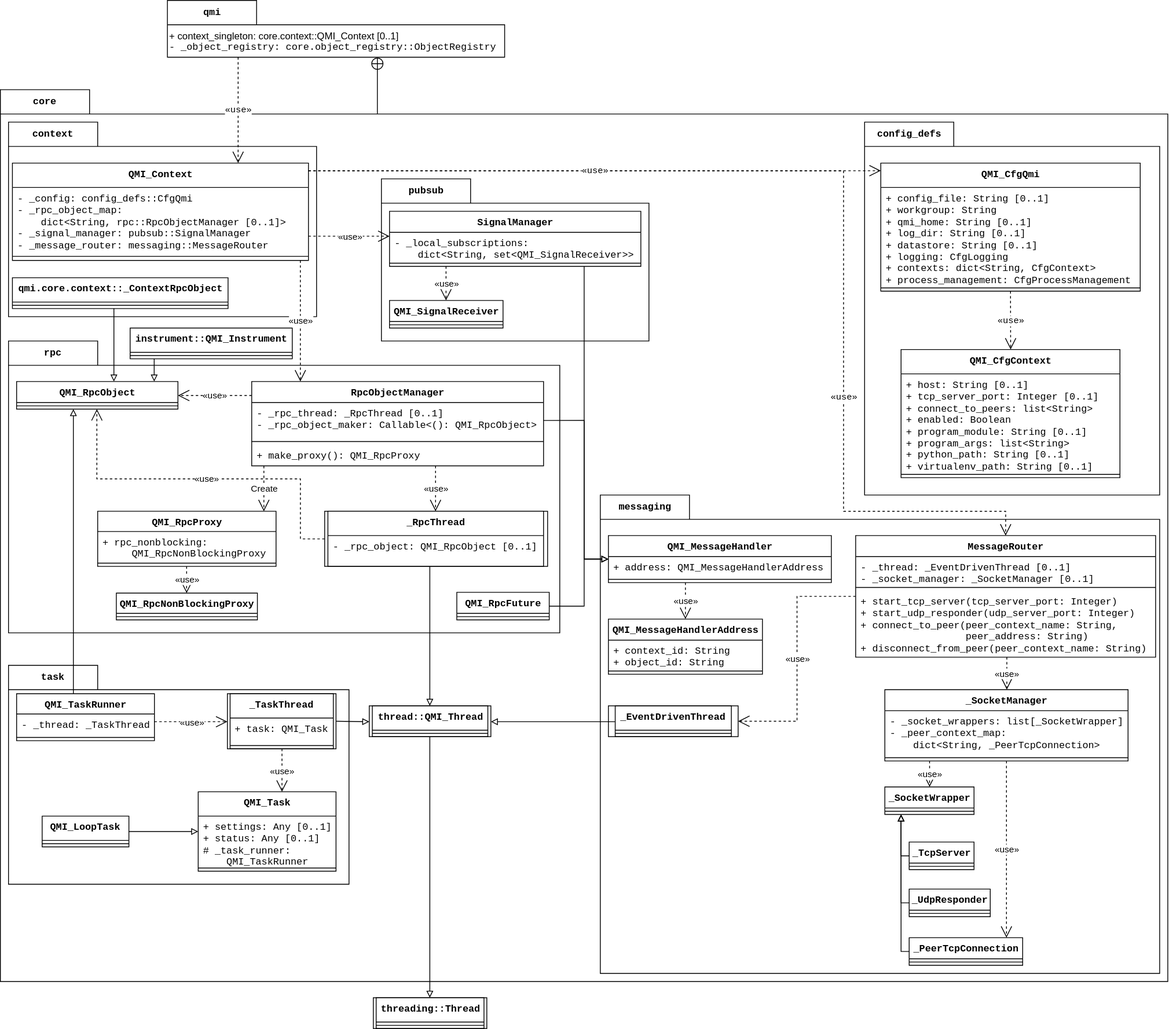
Earlier version of the draw.io export documentation/sphinx/source/images/class_diagram_main.drawio.svg (QuTech-Delft/QMI). Source tidied: cells renumbered, new cells last; positions are measured from the earlier drawing's top-left corner, leaving out a move shared by most shapes.
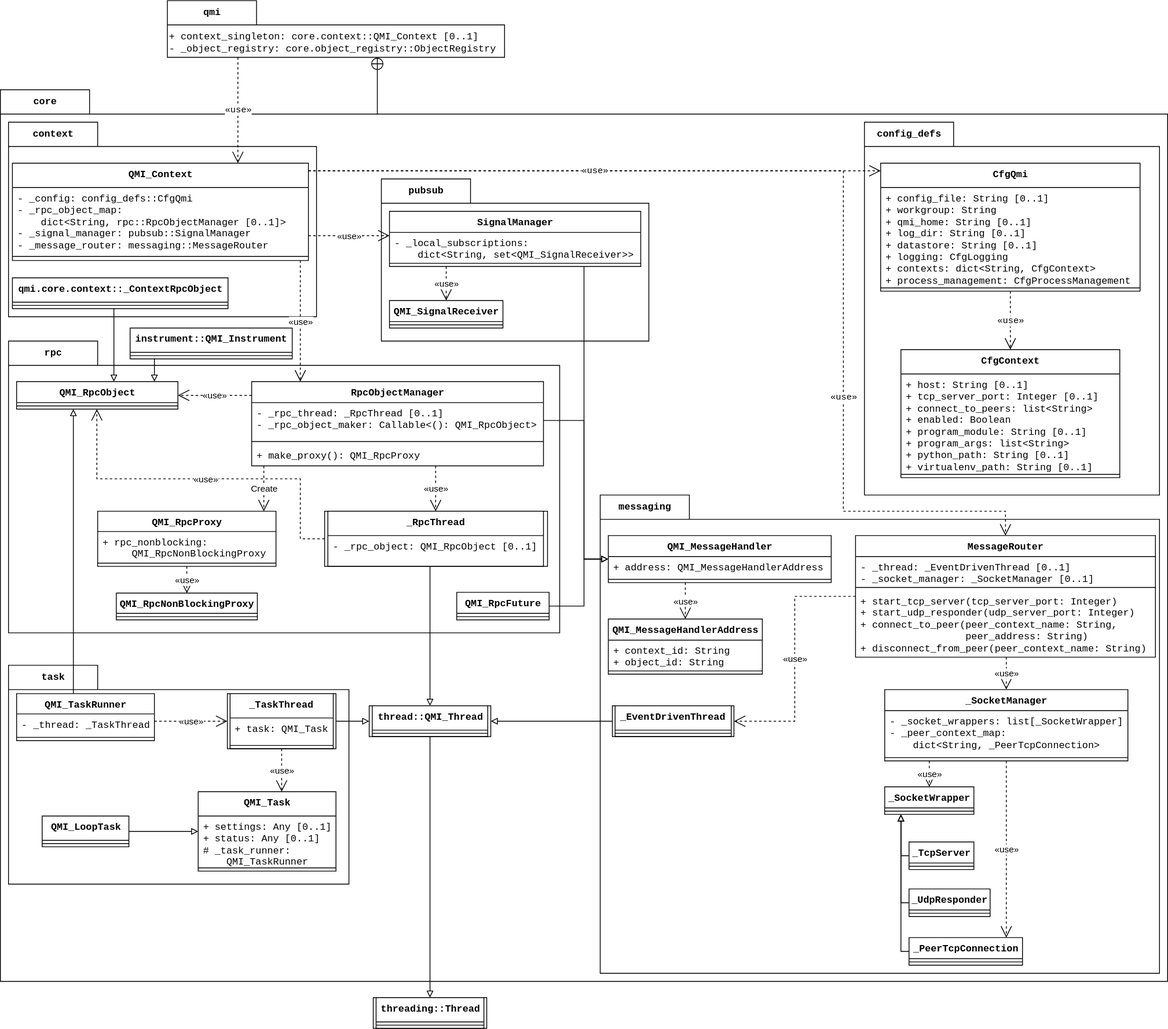
Above is the later version.

Commit message:
Implement PR feedback

Diff of the diagram source:
```diff
@@ -21,7 +21,7 @@
     <mxCell id="5" value="qmi" style="shape=folder;fontStyle=1;tabWidth=110;tabHeight=30;tabPosition=left;html=1;boundedLbl=1;labelInHeader=1;whiteSpace=wrap;fontFamily=Courier New;" parent="1" vertex="1">
       <mxGeometry x="206" width="416" height="70" as="geometry" />
     </mxCell>
-    <mxCell id="6" value="+ context_singleton: core.context::QMI_Context [0..1]&lt;div style=&quot;border-color: var(--border-color); font-family: &amp;quot;Courier New&amp;quot;;&quot;&gt;- _object_registry: core.object_registry::ObjectRegistry&lt;/div&gt;" style="html=1;strokeColor=none;fillColor=none;whiteSpace=wrap;align=left;verticalAlign=top;" parent="5" vertex="1">
+    <mxCell id="6" value="&lt;font face=&quot;Courier New&quot;&gt;+ context_singleton: core.context::QMI_Context [0..1]&lt;/font&gt;&lt;div style=&quot;border-color: var(--border-color);&quot;&gt;&lt;font face=&quot;Courier New&quot;&gt;- _object_registry: core.object_registry::ObjectRegistry&lt;/font&gt;&lt;/div&gt;" style="html=1;strokeColor=none;fillColor=none;whiteSpace=wrap;align=left;verticalAlign=top;" parent="5" vertex="1">
       <mxGeometry width="416" height="49" relative="1" as="geometry">
         <mxPoint y="30" as="offset" />
       </mxGeometry>
@@ -249,7 +249,7 @@
     <mxCell id="76" style="group;html=1;fontFamily=Courier New;" parent="20" vertex="1">
       <mxGeometry x="1086" y="200.5" width="320" height="398" as="geometry" />
     </mxCell>
-    <mxCell id="77" value="&lt;div&gt;QMI_CfgQmi&lt;/div&gt;" style="swimlane;fontStyle=1;align=center;verticalAlign=top;horizontal=1;startSize=30;whiteSpace=wrap;html=1;fontFamily=Courier New;" parent="76" vertex="1">
+    <mxCell id="77" value="&lt;div&gt;CfgQmi&lt;/div&gt;" style="swimlane;fontStyle=1;align=center;verticalAlign=top;horizontal=1;startSize=30;whiteSpace=wrap;html=1;fontFamily=Courier New;" parent="76" vertex="1">
       <mxGeometry width="320" height="158" as="geometry" />
     </mxCell>
     <mxCell id="78" value="&lt;div&gt;+ config_file: String [0..1]&lt;/div&gt;&lt;div&gt;+ workgroup: String&lt;/div&gt;&lt;div&gt;+ qmi_home:&amp;nbsp;&lt;span style=&quot;background-color: transparent; color: light-dark(rgb(0, 0, 0), rgb(255, 255, 255));&quot;&gt;String [0..1]&lt;/span&gt;&lt;/div&gt;&lt;div&gt;+ log_dir:&amp;nbsp;&lt;span style=&quot;background-color: transparent; color: light-dark(rgb(0, 0, 0), rgb(255, 255, 255));&quot;&gt;String [0..1]&lt;/span&gt;&lt;/div&gt;&lt;div&gt;+ datastore:&amp;nbsp;&lt;span style=&quot;background-color: transparent; color: light-dark(rgb(0, 0, 0), rgb(255, 255, 255));&quot;&gt;String [0..1]&lt;/span&gt;&lt;/div&gt;&lt;div&gt;+ logging: CfgLogging&lt;/div&gt;&lt;div&gt;+ contexts: dict&amp;lt;String, CfgContext&amp;gt;&lt;/div&gt;&lt;div&gt;+ process_management: CfgProcessManagement&lt;/div&gt;" style="text;strokeColor=none;fillColor=none;align=left;verticalAlign=top;spacingLeft=4;spacingRight=4;overflow=hidden;whiteSpace=wrap;html=1;fontFamily=Courier New;" parent="77" vertex="1">
@@ -258,7 +258,7 @@
     <mxCell id="79" style="line;strokeWidth=1;fillColor=none;align=left;verticalAlign=middle;spacingTop=-1;spacingLeft=3;spacingRight=3;labelPosition=right;strokeColor=inherit;html=1;fontFamily=Courier New;" parent="77" vertex="1">
       <mxGeometry y="150" width="320" height="8" as="geometry" />
     </mxCell>
-    <mxCell id="80" value="&lt;div&gt;QMI_CfgContext&lt;/div&gt;" style="swimlane;fontStyle=1;align=center;verticalAlign=top;horizontal=1;startSize=30;whiteSpace=wrap;html=1;fontFamily=Courier New;" parent="76" vertex="1">
+    <mxCell id="80" value="&lt;div&gt;CfgContext&lt;/div&gt;" style="swimlane;fontStyle=1;align=center;verticalAlign=top;horizontal=1;startSize=30;whiteSpace=wrap;html=1;fontFamily=Courier New;" parent="76" vertex="1">
       <mxGeometry x="25" y="230" width="270" height="158" as="geometry" />
     </mxCell>
     <mxCell id="81" value="&lt;div&gt;+ host:&amp;nbsp;&lt;span style=&quot;background-color: transparent; color: light-dark(rgb(0, 0, 0), rgb(255, 255, 255));&quot;&gt;String [0..1]&lt;/span&gt;&lt;/div&gt;&lt;div&gt;+ tcp_server_port:&amp;nbsp;&lt;span style=&quot;background-color: transparent; color: light-dark(rgb(0, 0, 0), rgb(255, 255, 255));&quot;&gt;Integer [0..1]&lt;/span&gt;&lt;/div&gt;&lt;div&gt;+ connect_to_peers: list&amp;lt;String&amp;gt;&lt;/div&gt;&lt;div&gt;+ enabled: Boolean&lt;/div&gt;&lt;div&gt;+ program_module:&amp;nbsp;&lt;span style=&quot;background-color: transparent; color: light-dark(rgb(0, 0, 0), rgb(255, 255, 255));&quot;&gt;String [0..1]&lt;/span&gt;&lt;span style=&quot;background-color: transparent; color: light-dark(rgb(0, 0, 0), rgb(255, 255, 255));&quot;&gt;&amp;nbsp;&lt;/span&gt;&lt;/div&gt;&lt;div&gt;+ program_args: list&amp;lt;String&amp;gt;&lt;/div&gt;&lt;div&gt;+ python_path:&amp;nbsp;&lt;span style=&quot;background-color: transparent; color: light-dark(rgb(0, 0, 0), rgb(255, 255, 255));&quot;&gt;String [0..1]&lt;/span&gt;&lt;/div&gt;&lt;div&gt;+ virtualenv_path:&amp;nbsp;&lt;span style=&quot;background-color: transparent; color: light-dark(rgb(0, 0, 0), rgb(255, 255, 255));&quot;&gt;String [0..1]&lt;/span&gt;&lt;/div&gt;" style="text;strokeColor=none;fillColor=none;align=left;verticalAlign=top;spacingLeft=4;spacingRight=4;overflow=hidden;whiteSpace=wrap;html=1;fontFamily=Courier New;" parent="80" vertex="1">
@@ -395,7 +395,7 @@
       <mxGeometry x="750" y="870" width="160" height="38" as="geometry" />
     </mxCell>
     <mxCell id="114" style="rounded=0;whiteSpace=wrap;html=1;" parent="113" vertex="1">
-      <mxGeometry width="160" height="38" as="geometry" />
+      <mxGeometry x="5" width="150" height="38" as="geometry" />
     </mxCell>
     <mxCell id="115" value="&lt;div&gt;_EventDrivenThread&lt;/div&gt;" style="swimlane;fontStyle=1;align=center;verticalAlign=top;horizontal=1;startSize=30;whiteSpace=wrap;html=1;fontFamily=Courier New;perimeter=rectanglePerimeter;" parent="113" vertex="1">
       <mxGeometry x="8.4" width="143.2" height="38" as="geometry" />
@@ -446,7 +446,7 @@
     <mxCell id="125" style="endArrow=block;html=1;endFill=0;edgeStyle=elbowEdgeStyle;rounded=0;" parent="20" edge="1" source="98" target="42">
       <mxGeometry relative="1" as="geometry" />
     </mxCell>
-    <mxCell id="126" style="endArrow=block;html=1;endFill=0;edgeStyle=elbowEdgeStyle;rounded=0;elbow=vertical;entryX=1;entryY=0.5;entryDx=0;entryDy=0;" parent="20" edge="1" source="115" target="41">
+    <mxCell id="126" style="endArrow=block;html=1;endFill=0;edgeStyle=elbowEdgeStyle;rounded=0;elbow=vertical;entryX=1;entryY=0.5;entryDx=0;entryDy=0;exitX=0;exitY=0.5;exitDx=0;exitDy=0;" parent="20" edge="1" source="114" target="41">
       <mxGeometry relative="1" as="geometry" />
     </mxCell>
     <mxCell id="127" style="endArrow=block;html=1;endFill=0;edgeStyle=elbowEdgeStyle;rounded=0;elbow=vertical;entryX=0;entryY=0.5;entryDx=0;entryDy=0;exitX=1;exitY=0.5;exitDx=0;exitDy=0;" parent="20" edge="1" source="36" target="41">
```
